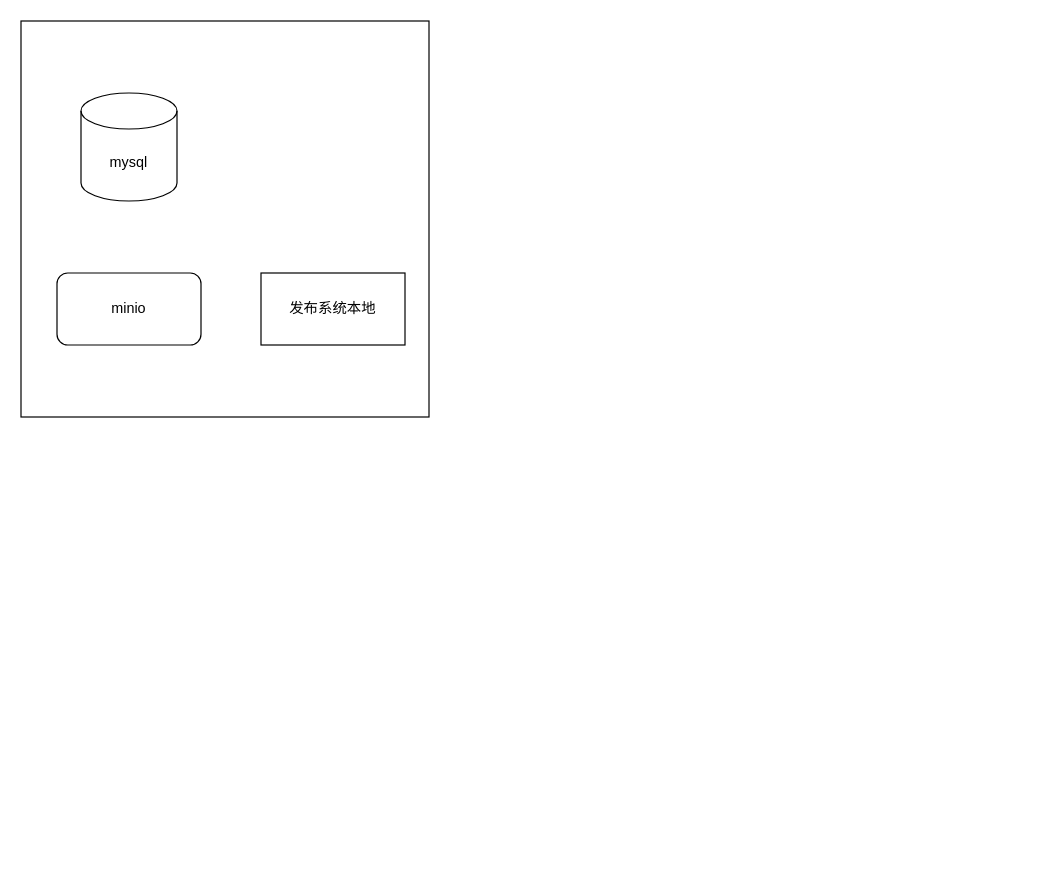
The draw.io diagram csdb/未命名绘图.drawio in DemonHan/KuickBuy, before the edit. Source tidied: cells renumbered, new cells numbered last; positions are measured from the earlier drawing's top-left corner, leaving out a move shared by most shapes. Both pictures are drawn from the tidied source at 120%, with x=0, y=0 at pixel (20, 20).
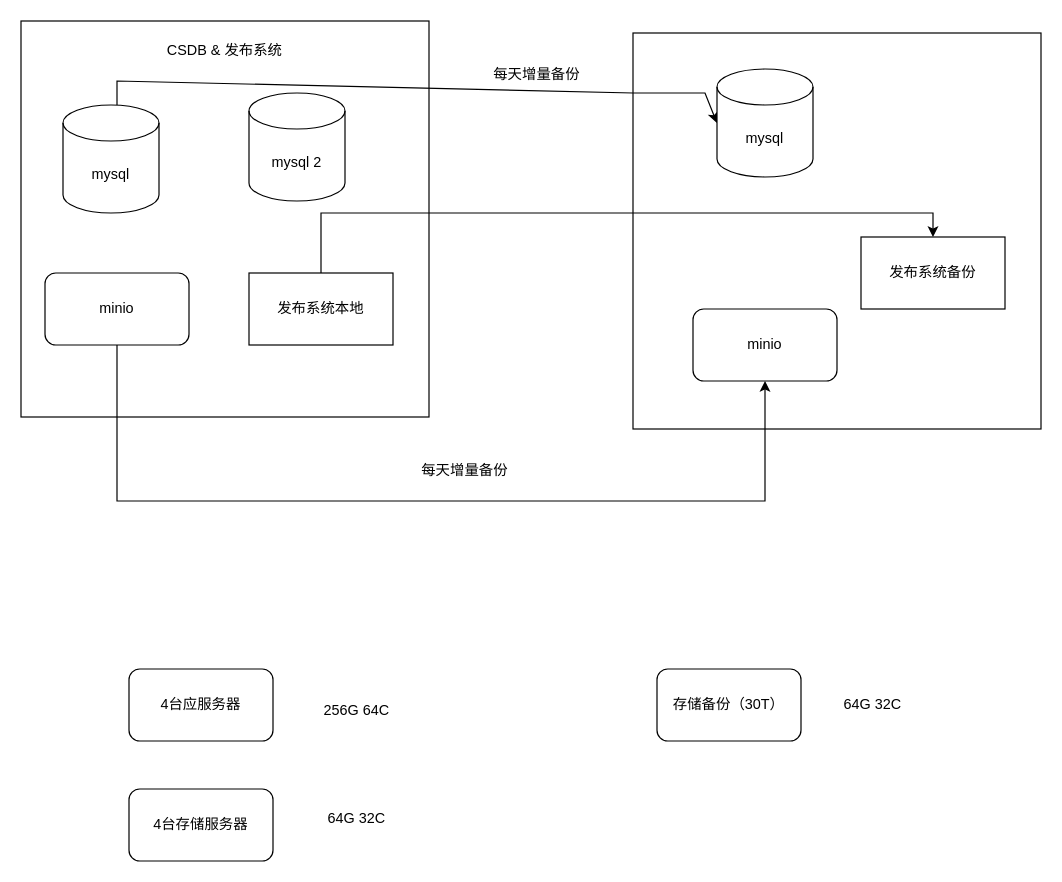
Above is the later version.

Commit message (it also covers changes not shown here):
更新未命名绘图.drawio

Diff of the diagram source:
```diff
@@
     <mxCell id="3" value="mysql" style="shape=cylinder3;whiteSpace=wrap;html=1;boundedLbl=1;backgroundOutline=1;size=15;" parent="1" vertex="1">
-      <mxGeometry x="50" y="60" width="80" height="90" as="geometry" />
+      <mxGeometry x="35" y="70" width="80" height="90" as="geometry" />
     </mxCell>
     <mxCell id="4" value="minio" style="rounded=1;whiteSpace=wrap;html=1;" parent="1" vertex="1">
-      <mxGeometry x="30" y="210" width="120" height="60" as="geometry" />
+      <mxGeometry x="20" y="210" width="120" height="60" as="geometry" />
     </mxCell>
     <mxCell id="5" value="发布系统本地" style="rounded=0;whiteSpace=wrap;html=1;" parent="1" vertex="1">
-      <mxGeometry x="200" y="210" width="120" height="60" as="geometry" />
+      <mxGeometry x="190" y="210" width="120" height="60" as="geometry" />
     </mxCell>
+    <mxCell id="6" value="CSDB &amp;amp; 发布系统" style="text;html=1;align=center;verticalAlign=middle;whiteSpace=wrap;rounded=0;" parent="1" vertex="1">
+      <mxGeometry x="115" y="10" width="110" height="30" as="geometry" />
+    </mxCell>
+    <mxCell id="7" value="mysql 2" style="shape=cylinder3;whiteSpace=wrap;html=1;boundedLbl=1;backgroundOutline=1;size=15;" parent="1" vertex="1">
+      <mxGeometry x="190" y="60" width="80" height="90" as="geometry" />
+    </mxCell>
+    <mxCell id="8" style="rounded=0;whiteSpace=wrap;html=1;" parent="1" vertex="1">
+      <mxGeometry x="510" y="10" width="340" height="330" as="geometry" />
+    </mxCell>
+    <mxCell id="9" style="endArrow=classic;html=1;rounded=0;entryX=0;entryY=0.5;entryDx=0;entryDy=0;entryPerimeter=0;" parent="1" edge="1" target="10">
+      <mxGeometry relative="1" as="geometry">
+        <mxPoint x="80" y="70" as="sourcePoint" />
+        <Array as="points">
+          <mxPoint x="80" y="50" />
+          <mxPoint x="510" y="60" />
+          <mxPoint x="570" y="60" />
+        </Array>
+      </mxGeometry>
+    </mxCell>
+    <mxCell id="10" value="mysql" style="shape=cylinder3;whiteSpace=wrap;html=1;boundedLbl=1;backgroundOutline=1;size=15;" parent="1" vertex="1">
+      <mxGeometry x="580" y="40" width="80" height="90" as="geometry" />
+    </mxCell>
+    <mxCell id="11" value="每天增量备份" style="text;html=1;align=center;verticalAlign=middle;whiteSpace=wrap;rounded=0;" parent="1" vertex="1">
+      <mxGeometry x="380" y="30" width="100" height="30" as="geometry" />
+    </mxCell>
+    <mxCell id="12" value="minio" style="rounded=1;whiteSpace=wrap;html=1;" parent="1" vertex="1">
+      <mxGeometry x="560" y="240" width="120" height="60" as="geometry" />
+    </mxCell>
+    <mxCell id="13" style="endArrow=classic;html=1;rounded=0;entryX=0.5;entryY=1;entryDx=0;entryDy=0;" parent="1" edge="1" source="4" target="12">
+      <mxGeometry relative="1" as="geometry">
+        <Array as="points">
+          <mxPoint x="80" y="400" />
+          <mxPoint x="620" y="400" />
+        </Array>
+      </mxGeometry>
+    </mxCell>
+    <mxCell id="14" value="每天增量备份" style="text;html=1;align=center;verticalAlign=middle;whiteSpace=wrap;rounded=0;" parent="1" vertex="1">
+      <mxGeometry x="320" y="360" width="100" height="30" as="geometry" />
+    </mxCell>
+    <mxCell id="15" value="发布系统备份" style="rounded=0;whiteSpace=wrap;html=1;" parent="1" vertex="1">
+      <mxGeometry x="700" y="180" width="120" height="60" as="geometry" />
+    </mxCell>
+    <mxCell id="16" style="edgeStyle=orthogonalEdgeStyle;rounded=0;jettySize=auto;html=1;entryX=0.5;entryY=0;entryDx=0;entryDy=0;" parent="1" edge="1" source="5" target="15">
+      <mxGeometry relative="1" as="geometry">
+        <Array as="points">
+          <mxPoint x="250" y="160" />
+          <mxPoint x="760" y="160" />
+        </Array>
+      </mxGeometry>
+    </mxCell>
+    <mxCell id="17" value="4台应服务器" style="rounded=1;whiteSpace=wrap;html=1;" parent="1" vertex="1">
+      <mxGeometry x="90" y="540" width="120" height="60" as="geometry" />
+    </mxCell>
+    <mxCell id="18" value="4台存储服务器" style="rounded=1;whiteSpace=wrap;html=1;" parent="1" vertex="1">
+      <mxGeometry x="90" y="640" width="120" height="60" as="geometry" />
+    </mxCell>
+    <mxCell id="19" value="存储备份（30T）" style="rounded=1;whiteSpace=wrap;html=1;" parent="1" vertex="1">
+      <mxGeometry x="530" y="540" width="120" height="60" as="geometry" />
+    </mxCell>
+    <mxCell id="20" value="256G 64C" style="text;html=1;align=center;verticalAlign=middle;whiteSpace=wrap;rounded=0;" parent="1" vertex="1">
+      <mxGeometry x="250" y="560" width="60" height="30" as="geometry" />
+    </mxCell>
+    <mxCell id="21" value="64G 32C" style="text;html=1;align=center;verticalAlign=middle;whiteSpace=wrap;rounded=0;" parent="1" vertex="1">
+      <mxGeometry x="250" y="650" width="60" height="30" as="geometry" />
+    </mxCell>
+    <mxCell id="22" value="64G 32C" style="text;html=1;align=center;verticalAlign=middle;whiteSpace=wrap;rounded=0;" parent="1" vertex="1">
+      <mxGeometry x="680" y="555" width="60" height="30" as="geometry" />
+    </mxCell>
```
